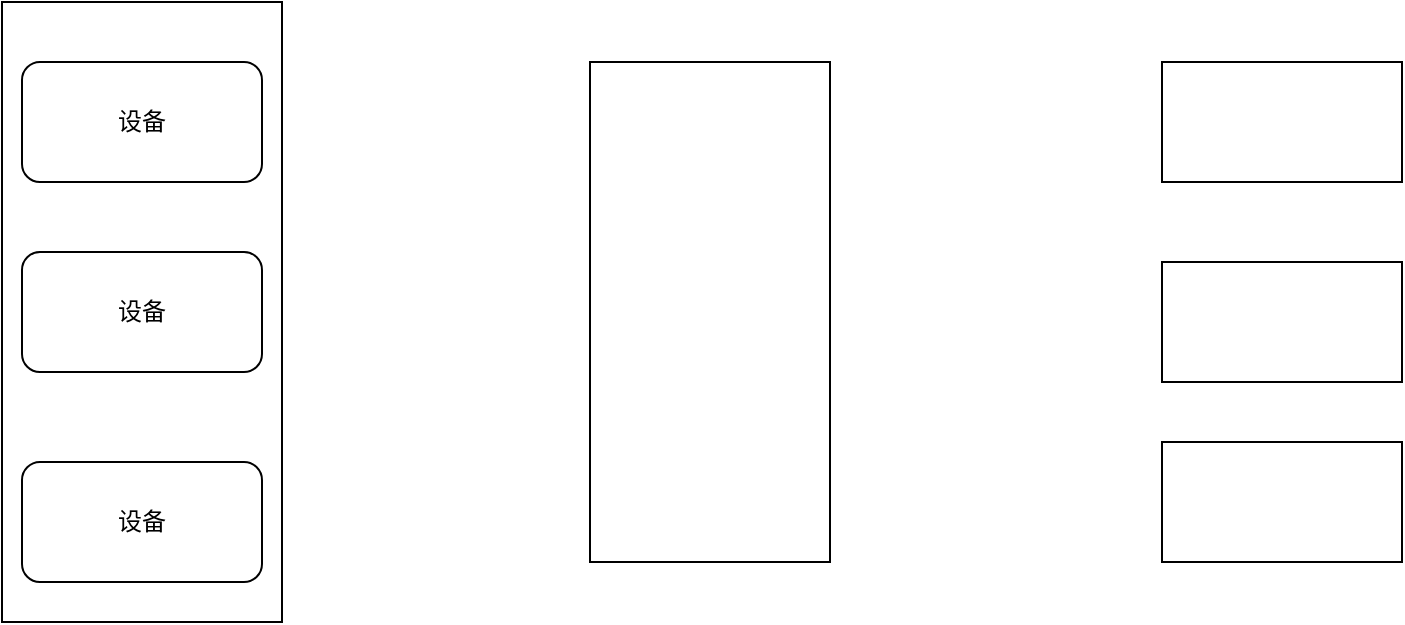
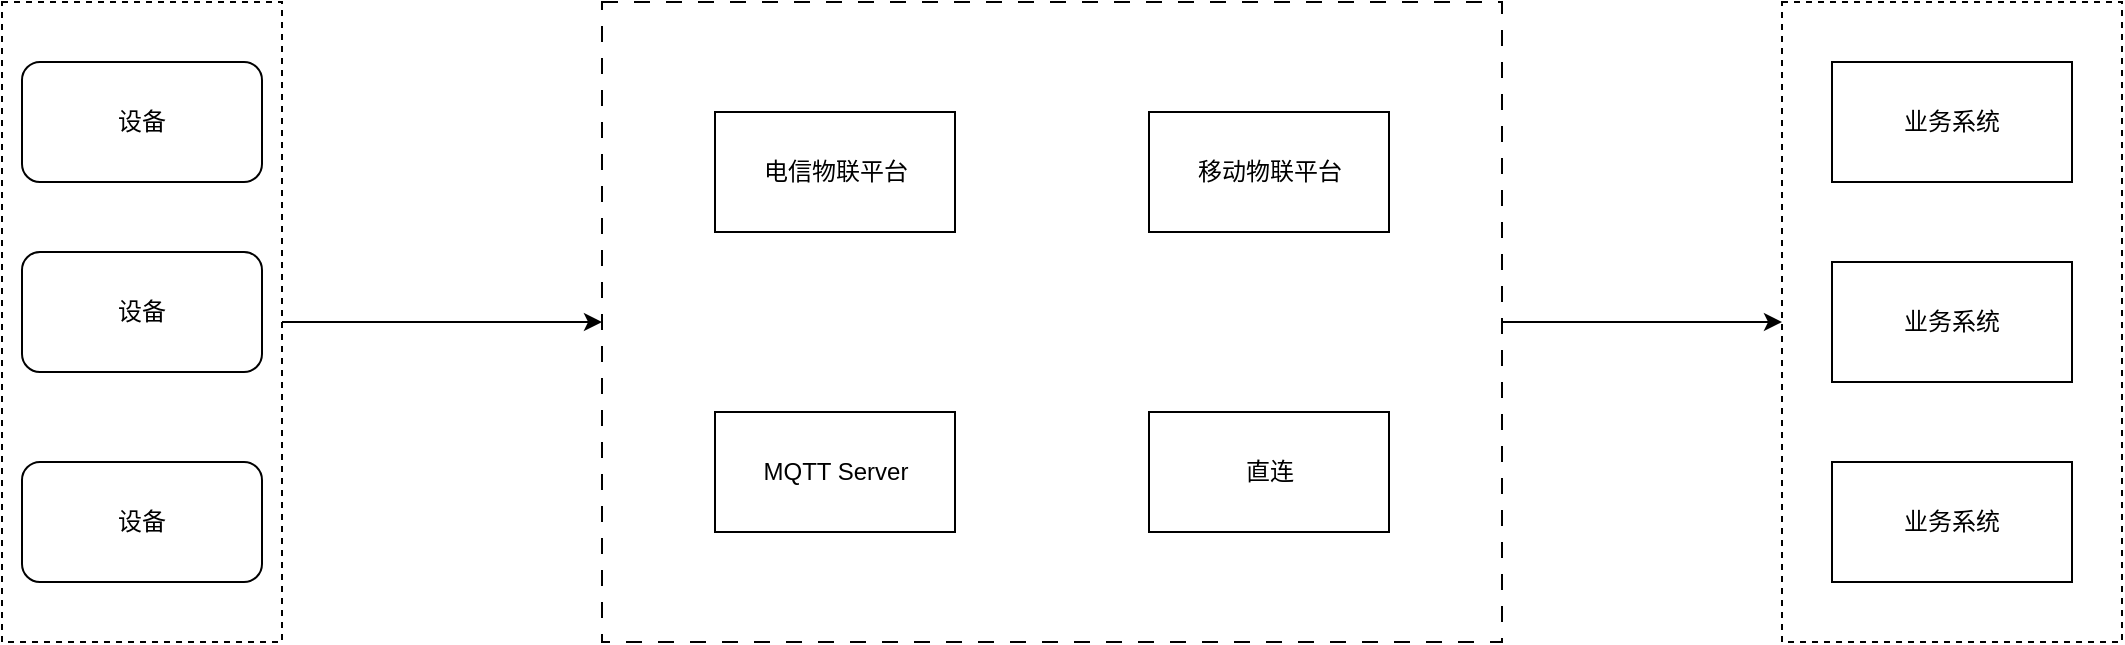
<mxfile host="app.diagrams.net" agent="Mozilla/5.0 (Windows NT 10.0; Win64; x64) AppleWebKit/537.36 (KHTML, like Gecko) Chrome/146.0.0.0 Safari/537.36 Edg/146.0.0.0" version="29.6.0">
  <diagram name="第 1 页" id="v3YUo2CS8SvW5dB6VCmP">
    <mxGraphModel dx="2058" dy="1106" grid="1" gridSize="10" guides="1" tooltips="1" connect="1" arrows="1" fold="1" page="1" pageScale="1" pageWidth="827" pageHeight="1169" math="0" shadow="0">
      <root>
        <mxCell id="0" />
        <mxCell id="1" parent="0" />
-         <mxCell id="SnEuOwe-7pzeBIlmCbed-8" parent="1" style="rounded=0;whiteSpace=wrap;html=1;" value="" vertex="1">
-           <mxGeometry height="310" width="140" x="60" y="200" as="geometry" />
+         <mxCell id="LlqKXtfbUc08KF6wca09-7" parent="1" style="rounded=0;whiteSpace=wrap;html=1;dashed=1;" value="" vertex="1">
+           <mxGeometry height="320" width="170" x="950" y="200" as="geometry" />
        </mxCell>
-         <mxCell id="SnEuOwe-7pzeBIlmCbed-1" parent="1" style="rounded=0;whiteSpace=wrap;html=1;" value="" vertex="1">
-           <mxGeometry height="250" width="120" x="354" y="230" as="geometry" />
+         <mxCell id="LlqKXtfbUc08KF6wca09-5" edge="1" parent="1" source="SnEuOwe-7pzeBIlmCbed-8" style="edgeStyle=orthogonalEdgeStyle;rounded=0;orthogonalLoop=1;jettySize=auto;html=1;exitX=1;exitY=0.5;exitDx=0;exitDy=0;entryX=0;entryY=0.5;entryDx=0;entryDy=0;" target="SnEuOwe-7pzeBIlmCbed-1">
+           <mxGeometry relative="1" as="geometry" />
        </mxCell>
-         <mxCell id="SnEuOwe-7pzeBIlmCbed-2" parent="1" style="rounded=0;whiteSpace=wrap;html=1;" value="" vertex="1">
-           <mxGeometry height="60" width="120" x="640" y="230" as="geometry" />
+         <mxCell id="SnEuOwe-7pzeBIlmCbed-8" parent="1" style="rounded=0;whiteSpace=wrap;html=1;dashed=1;" value="" vertex="1">
+           <mxGeometry height="320" width="140" x="60" y="200" as="geometry" />
        </mxCell>
-         <mxCell id="SnEuOwe-7pzeBIlmCbed-3" parent="1" style="rounded=0;whiteSpace=wrap;html=1;" value="" vertex="1">
-           <mxGeometry height="60" width="120" x="640" y="330" as="geometry" />
+         <mxCell id="LlqKXtfbUc08KF6wca09-8" edge="1" parent="1" source="SnEuOwe-7pzeBIlmCbed-1" style="edgeStyle=orthogonalEdgeStyle;rounded=0;orthogonalLoop=1;jettySize=auto;html=1;exitX=1;exitY=0.5;exitDx=0;exitDy=0;entryX=0;entryY=0.5;entryDx=0;entryDy=0;" target="LlqKXtfbUc08KF6wca09-7">
+           <mxGeometry relative="1" as="geometry" />
        </mxCell>
-         <mxCell id="SnEuOwe-7pzeBIlmCbed-4" parent="1" style="rounded=0;whiteSpace=wrap;html=1;" value="" vertex="1">
-           <mxGeometry height="60" width="120" x="640" y="420" as="geometry" />
+         <mxCell id="SnEuOwe-7pzeBIlmCbed-1" parent="1" style="rounded=0;whiteSpace=wrap;html=1;dashed=1;dashPattern=8 8;" value="" vertex="1">
+           <mxGeometry height="320" width="450" x="360" y="200" as="geometry" />
+         </mxCell>
+         <mxCell id="SnEuOwe-7pzeBIlmCbed-2" parent="1" style="rounded=0;whiteSpace=wrap;html=1;" value="业务系统" vertex="1">
+           <mxGeometry height="60" width="120" x="975" y="230" as="geometry" />
+         </mxCell>
+         <mxCell id="SnEuOwe-7pzeBIlmCbed-3" parent="1" style="rounded=0;whiteSpace=wrap;html=1;" value="业务系统" vertex="1">
+           <mxGeometry height="60" width="120" x="975" y="330" as="geometry" />
+         </mxCell>
+         <mxCell id="SnEuOwe-7pzeBIlmCbed-4" parent="1" style="rounded=0;whiteSpace=wrap;html=1;" value="业务系统" vertex="1">
+           <mxGeometry height="60" width="120" x="975" y="430" as="geometry" />
        </mxCell>
        <mxCell id="SnEuOwe-7pzeBIlmCbed-5" parent="1" style="rounded=1;whiteSpace=wrap;html=1;" value="设备" vertex="1">
          <mxGeometry height="60" width="120" x="70" y="230" as="geometry" />
        </mxCell>
        <mxCell id="SnEuOwe-7pzeBIlmCbed-6" parent="1" style="rounded=1;whiteSpace=wrap;html=1;" value="设备" vertex="1">
          <mxGeometry height="60" width="120" x="70" y="325" as="geometry" />
        </mxCell>
        <mxCell id="SnEuOwe-7pzeBIlmCbed-7" parent="1" style="rounded=1;whiteSpace=wrap;html=1;" value="设备" vertex="1">
          <mxGeometry height="60" width="120" x="70" y="430" as="geometry" />
        </mxCell>
+         <mxCell id="LlqKXtfbUc08KF6wca09-1" parent="1" style="rounded=0;whiteSpace=wrap;html=1;" value="电信物联平台" vertex="1">
+           <mxGeometry height="60" width="120" x="416.5" y="255" as="geometry" />
+         </mxCell>
+         <mxCell id="LlqKXtfbUc08KF6wca09-2" parent="1" style="rounded=0;whiteSpace=wrap;html=1;" value="移动物联平台" vertex="1">
+           <mxGeometry height="60" width="120" x="633.5" y="255" as="geometry" />
+         </mxCell>
+         <mxCell id="LlqKXtfbUc08KF6wca09-3" parent="1" style="rounded=0;whiteSpace=wrap;html=1;" value="MQTT Server" vertex="1">
+           <mxGeometry height="60" width="120" x="416.5" y="405" as="geometry" />
+         </mxCell>
+         <mxCell id="LlqKXtfbUc08KF6wca09-4" parent="1" style="rounded=0;whiteSpace=wrap;html=1;" value="直连" vertex="1">
+           <mxGeometry height="60" width="120" x="633.5" y="405" as="geometry" />
+         </mxCell>
      </root>
    </mxGraphModel>
  </diagram>
</mxfile>
